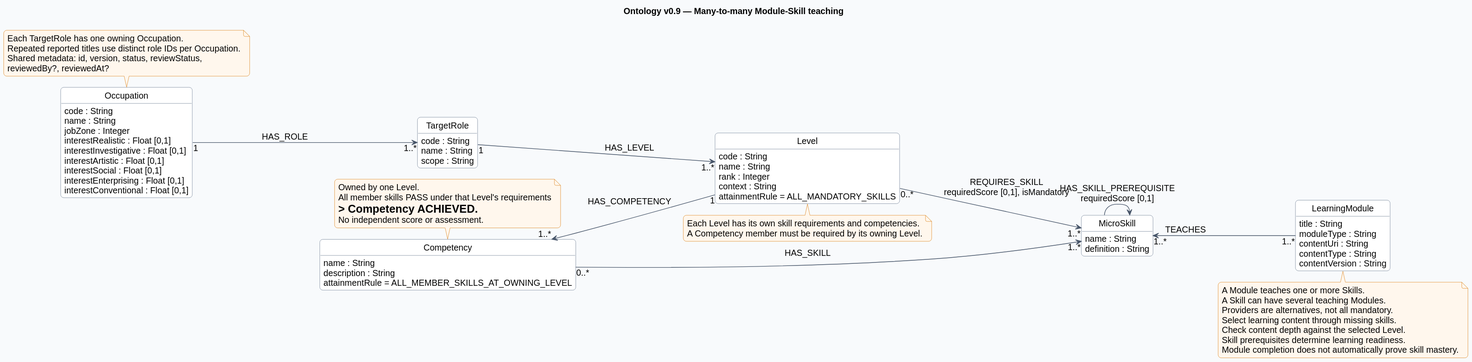
The PlantUML diagram documents/diagrams/neo4j.svg in SEP490-Fall-2026-GFA26SE64/SEP490, before a commit.
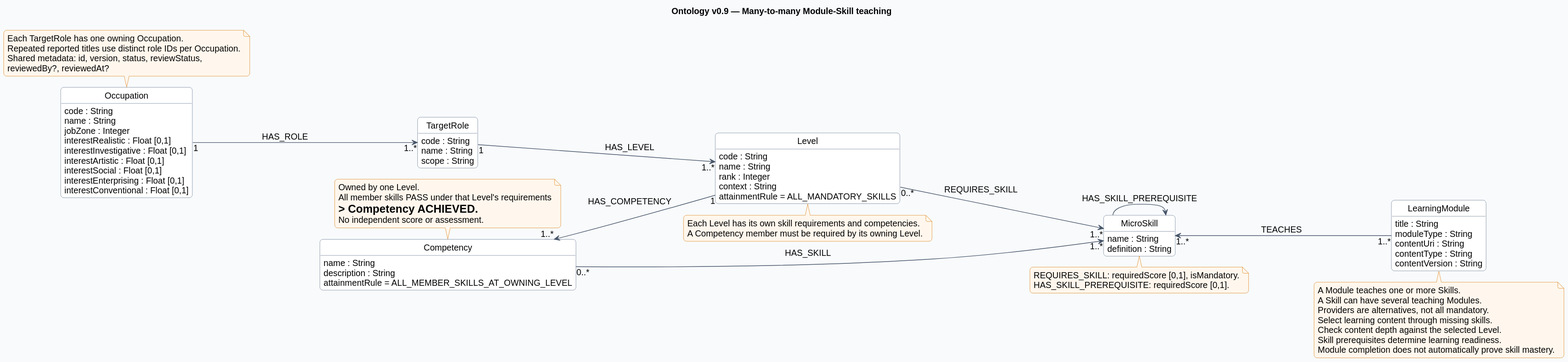
Above is the later version.

The edit, as a diff of the source:
```diff
@@ -58,9 +58,13 @@
 TargetRole "1" --> "1..*" Level : HAS_LEVEL
 Level "1" -up-> "1..*" Competency : HAS_COMPETENCY
 Competency "0..*" --> "1..*" MicroSkill : HAS_SKILL
-Level "0..*" --> "1..*" MicroSkill : REQUIRES_SKILL\nrequiredScore [0,1], isMandatory
+Level "0..*" --> "1..*" MicroSkill : REQUIRES_SKILL
 LearningModule "1..*" -up-> "1..*" MicroSkill : TEACHES
-MicroSkill -down-> MicroSkill : HAS_SKILL_PREREQUISITE\nrequiredScore [0,1]
+MicroSkill --> MicroSkill : HAS_SKILL_PREREQUISITE
+note bottom of MicroSkill
+REQUIRES_SKILL: requiredScore [0,1], isMandatory.
+HAS_SKILL_PREREQUISITE: requiredScore [0,1].
+end note
 note top of Competency
 Owned by one Level.
 All member skills PASS under that Level's requirements
```
